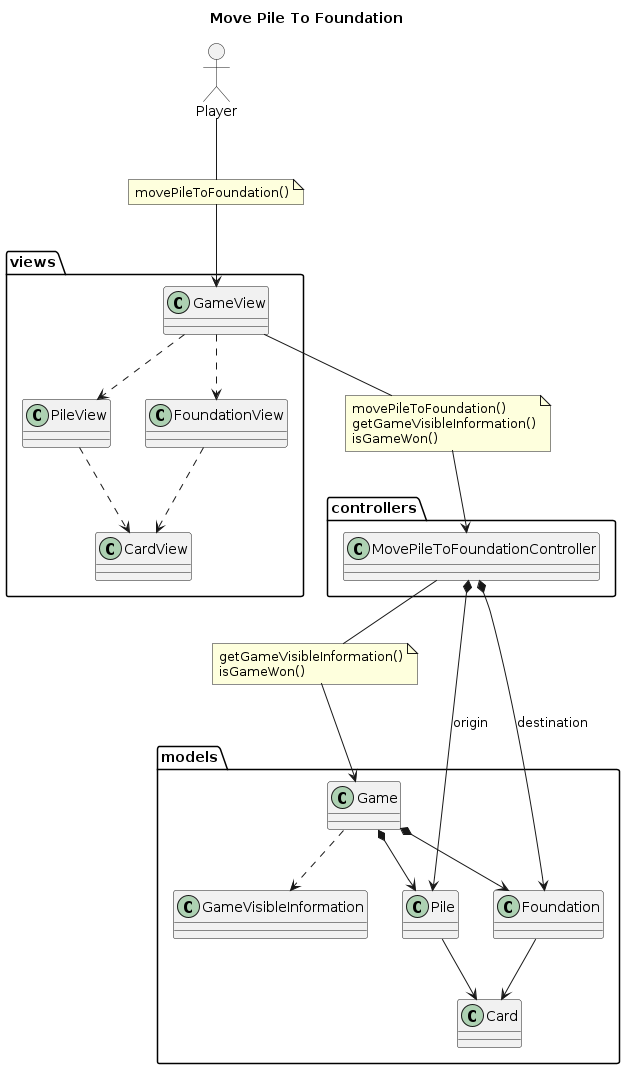
Before: 03-analisis/MovePileToFoundation.png, a diagram exported from PlantUML (marinasayols/MDWP1RUP-Klondike).
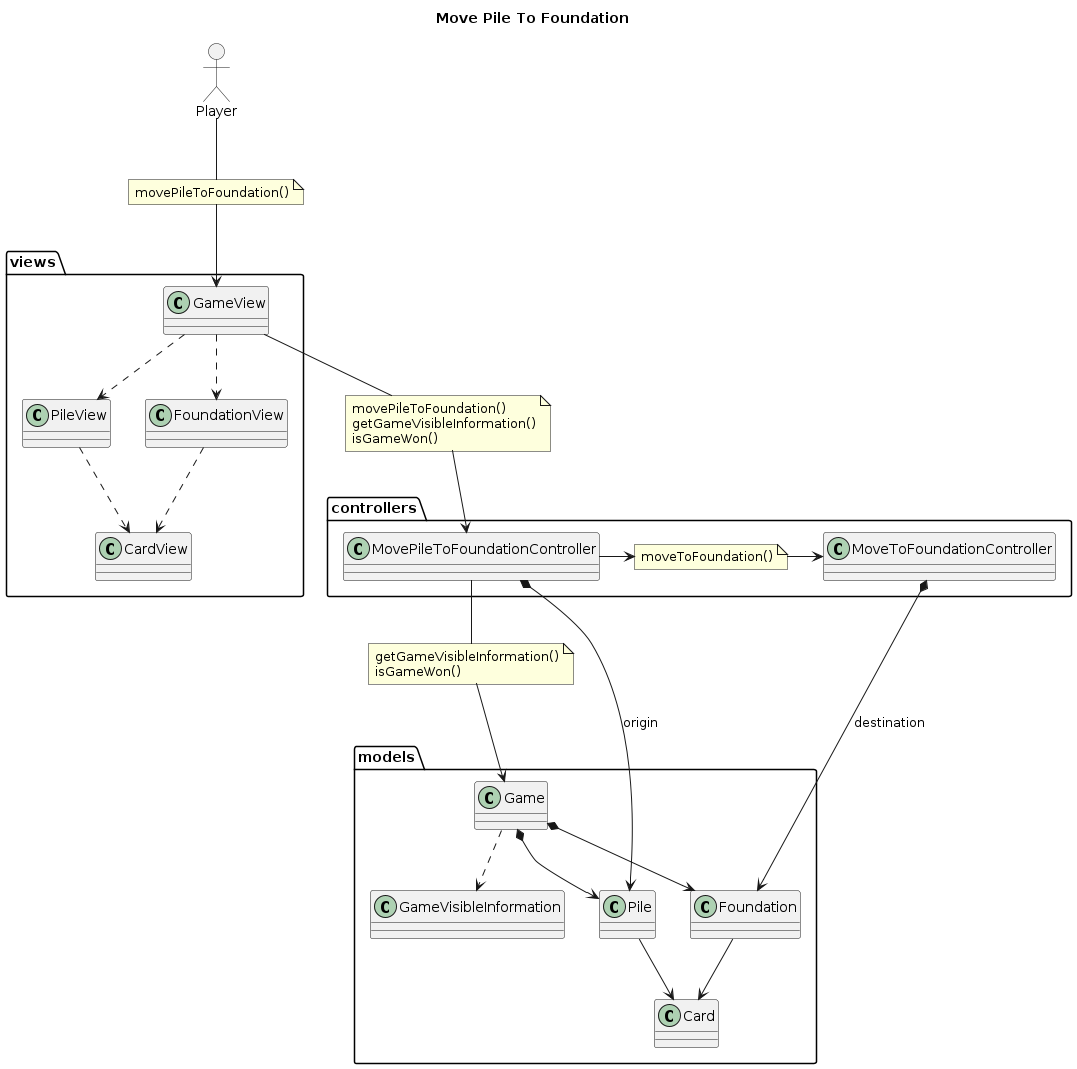
Above is the later version.

What changed in the source:
```diff
@@ -16,6 +16,12 @@
 
 package controllers {
 	class "MovePileToFoundationController" as controller1
+	class "MoveToFoundationController" as controller2
+
+	note "moveToFoundation()" as n4
+
+	controller1 -r-> n4
+	n4 -r-> controller2
 }
 
 package models {
@@ -40,7 +46,7 @@
 n2 --> controller1
 
 controller1*--> Pile: origin
-controller1*--> Foundation: destination
+controller2*--> Foundation: destination
 controller1 -- n3
 n3 --> Game
 
```
